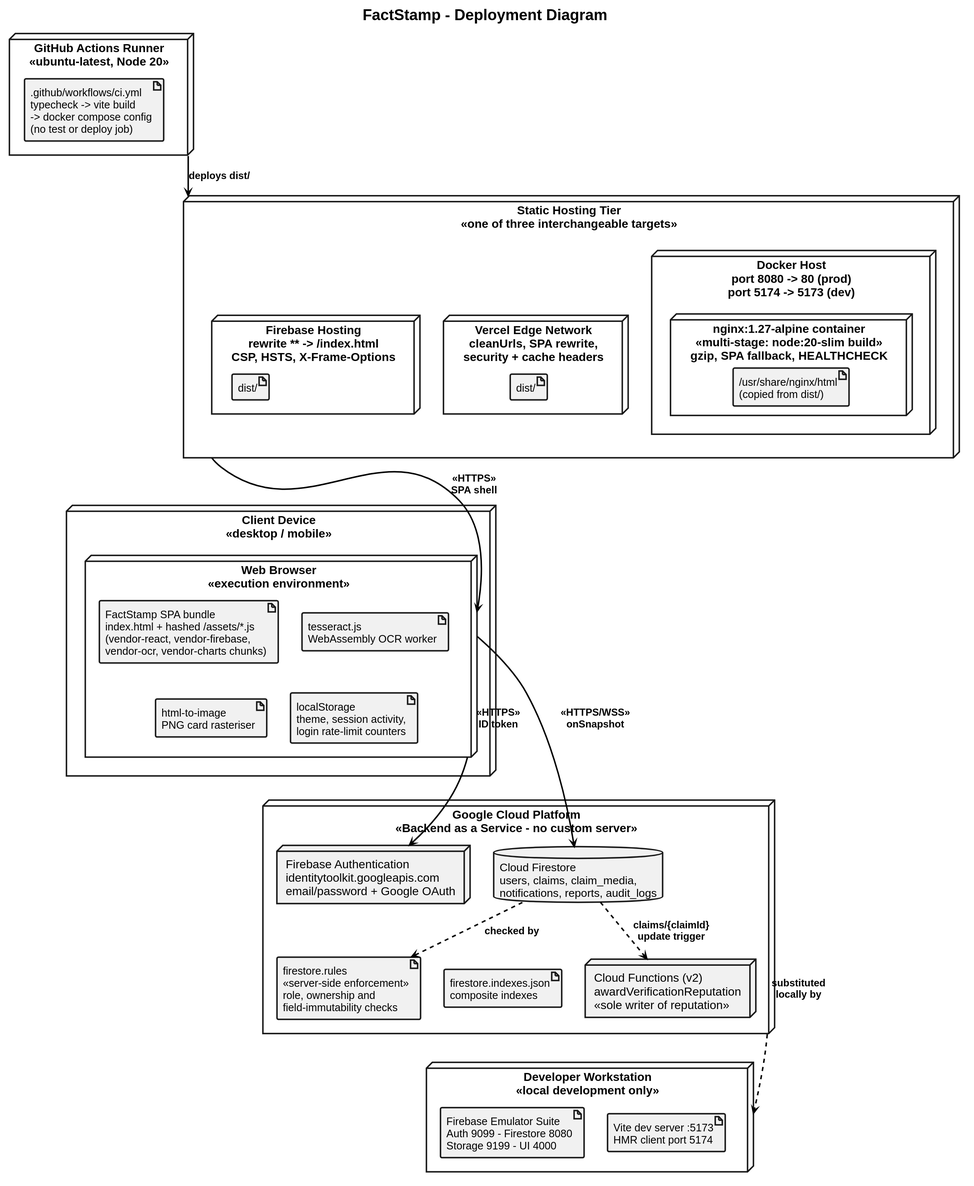
Before: FactStamp/main_blackbook/03_Requirements_and_Analysis/attachments/deployment_diagram.svg, a diagram exported from PlantUML (aadish0day/typst).
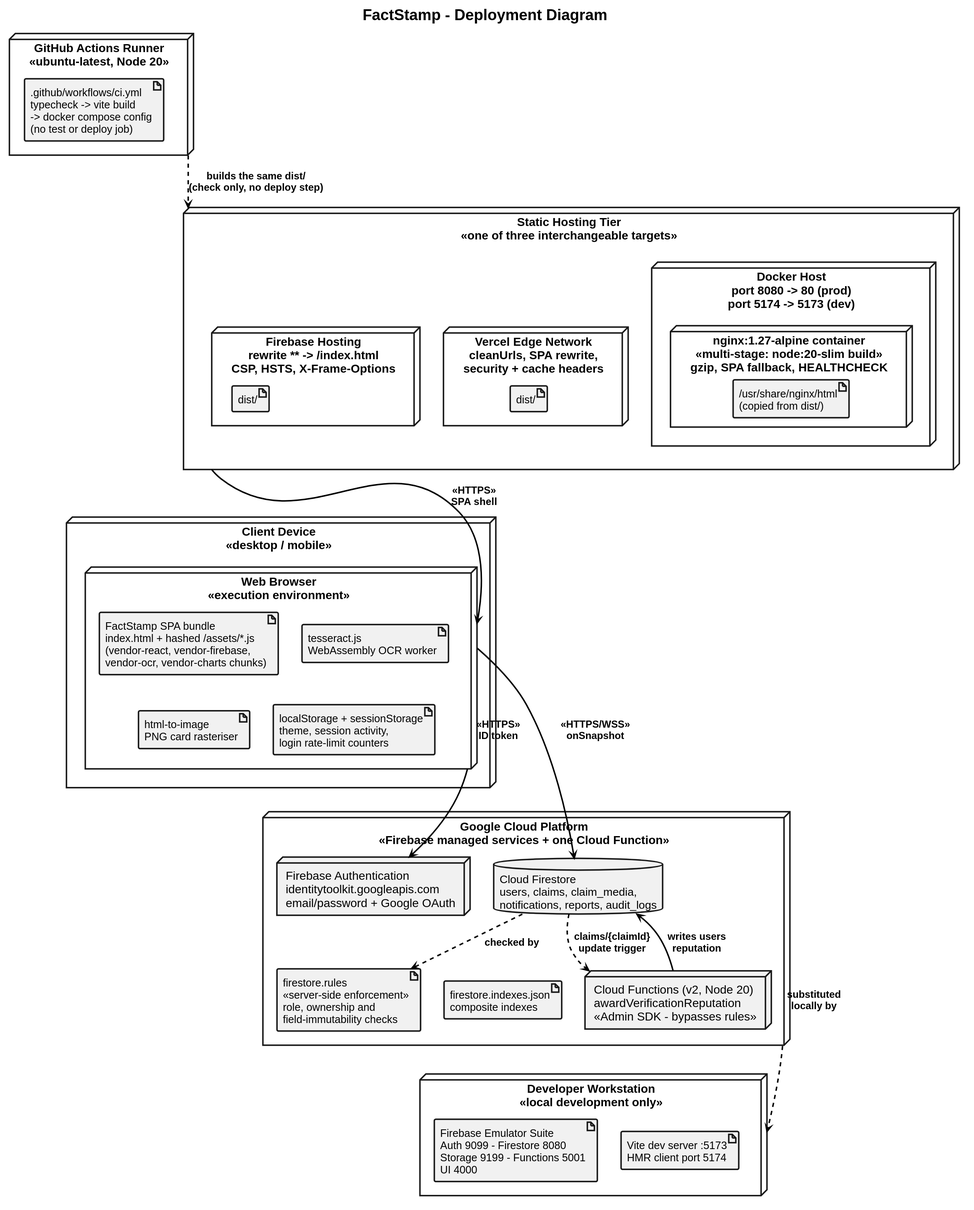
Later version of the same file.

What changed in the source:
```diff
@@ -41,7 +41,7 @@
     artifact "FactStamp SPA bundle\nindex.html + hashed /assets/*.js\n(vendor-react, vendor-firebase,\nvendor-ocr, vendor-charts chunks)" as A_SPA
     artifact "tesseract.js\nWebAssembly OCR worker" as A_OCR
     artifact "html-to-image\nPNG card rasteriser" as A_CARD
-    artifact "localStorage\ntheme, session activity,\nlogin rate-limit counters" as A_LS
+    artifact "localStorage + sessionStorage\ntheme, session activity,\nlogin rate-limit counters" as A_LS
 
     A_SPA -[hidden]right- A_OCR
     A_CARD -[hidden]right- A_LS
@@ -73,12 +73,12 @@
   H_VC -[hidden]right- H_DK
 }
 
-node "Google Cloud Platform\n<<Backend as a Service - no custom server>>" as GCP {
+node "Google Cloud Platform\n<<Firebase managed services + one Cloud Function>>" as GCP {
   node "Firebase Authentication\nidentitytoolkit.googleapis.com\nemail/password + Google OAuth" as GAUTH
   database "Cloud Firestore\nusers, claims, claim_media,\nnotifications, reports, audit_logs" as GDB
   artifact "firestore.rules\n<<server-side enforcement>>\nrole, ownership and\nfield-immutability checks" as A_RULES
   artifact "firestore.indexes.json\ncomposite indexes" as A_IDX
-  node "Cloud Functions (v2)\nawardVerificationReputation\n<<sole writer of reputation>>" as GFN
+  node "Cloud Functions (v2, Node 20)\nawardVerificationReputation\n<<Admin SDK - bypasses rules>>" as GFN
 
   GAUTH -[hidden]right- GDB
   A_RULES -[hidden]right- A_IDX
@@ -86,18 +86,19 @@
 }
 
 node "Developer Workstation\n<<local development only>>" as DEV {
-  artifact "Firebase Emulator Suite\nAuth 9099 - Firestore 8080\nStorage 9199 - UI 4000" as A_EMU
+  artifact "Firebase Emulator Suite\nAuth 9099 - Firestore 8080\nStorage 9199 - Functions 5001\nUI 4000" as A_EMU
   artifact "Vite dev server :5173\nHMR client port 5174" as A_VITE
 
   A_EMU -[hidden]right- A_VITE
 }
 
-CI --> HOST : deploys dist/
+CI ..> HOST : builds the same dist/\n(check only, no deploy step)
 HOST --> BROWSER : <<HTTPS>>\nSPA shell
 BROWSER --> GAUTH : <<HTTPS>>\nID token
 BROWSER --> GDB : <<HTTPS/WSS>>\nonSnapshot
 GDB ..> A_RULES : checked by
 GDB ..> GFN : claims/{claimId}\nupdate trigger
+GDB <-- GFN : writes users\nreputation
 GCP ..> DEV : substituted\nlocally by
 
 A_D1 -[hidden]down- A_SPA
```
